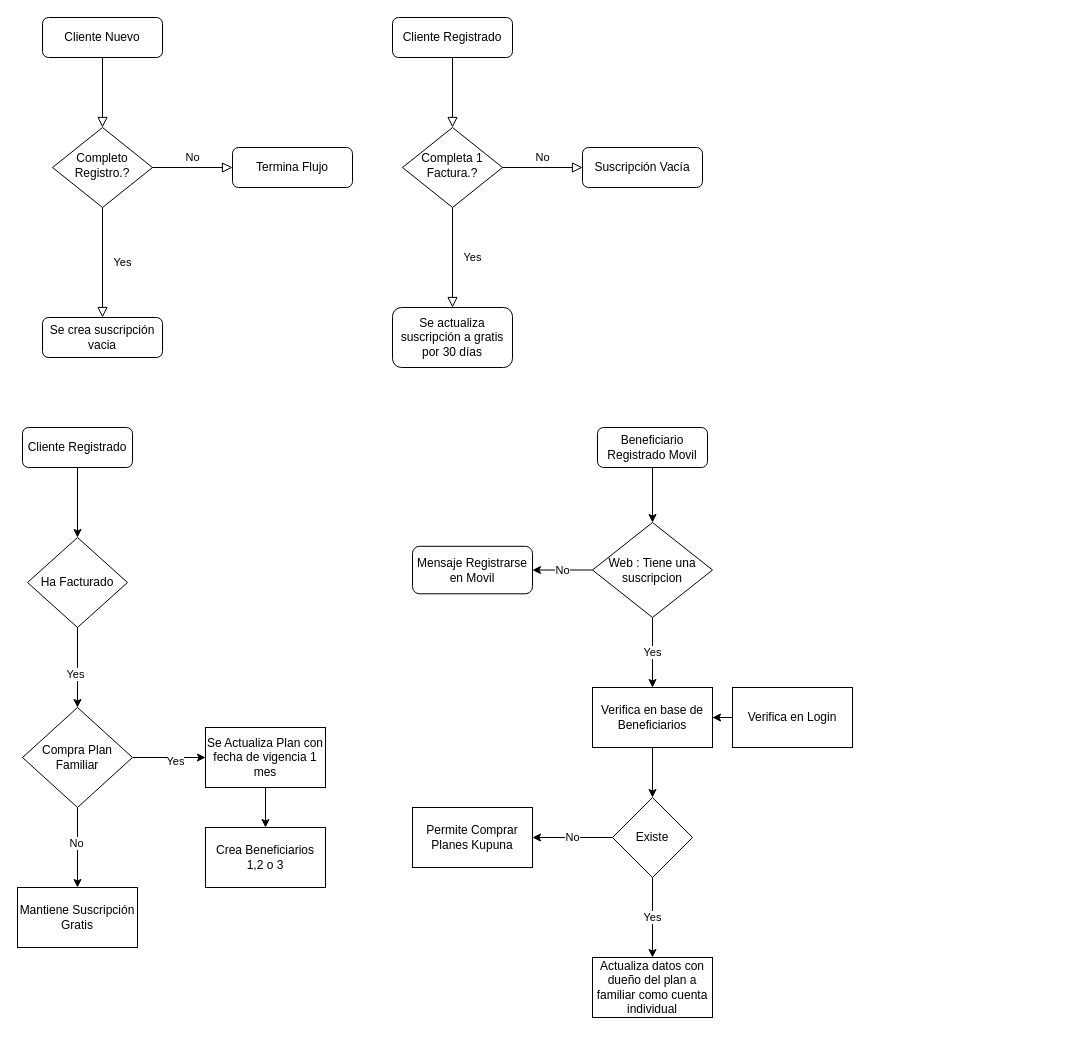
Above: Diagrama sin título.drawio in Nkarsia/Kupuna (draw.io), before the change. Source tidied: cells renumbered, new cells numbered last; positions are measured from the earlier drawing's top-left corner, leaving out a move shared by most shapes. Both pictures are drawn from the tidied source at 100%, with x=0, y=0 at pixel (17, 17).
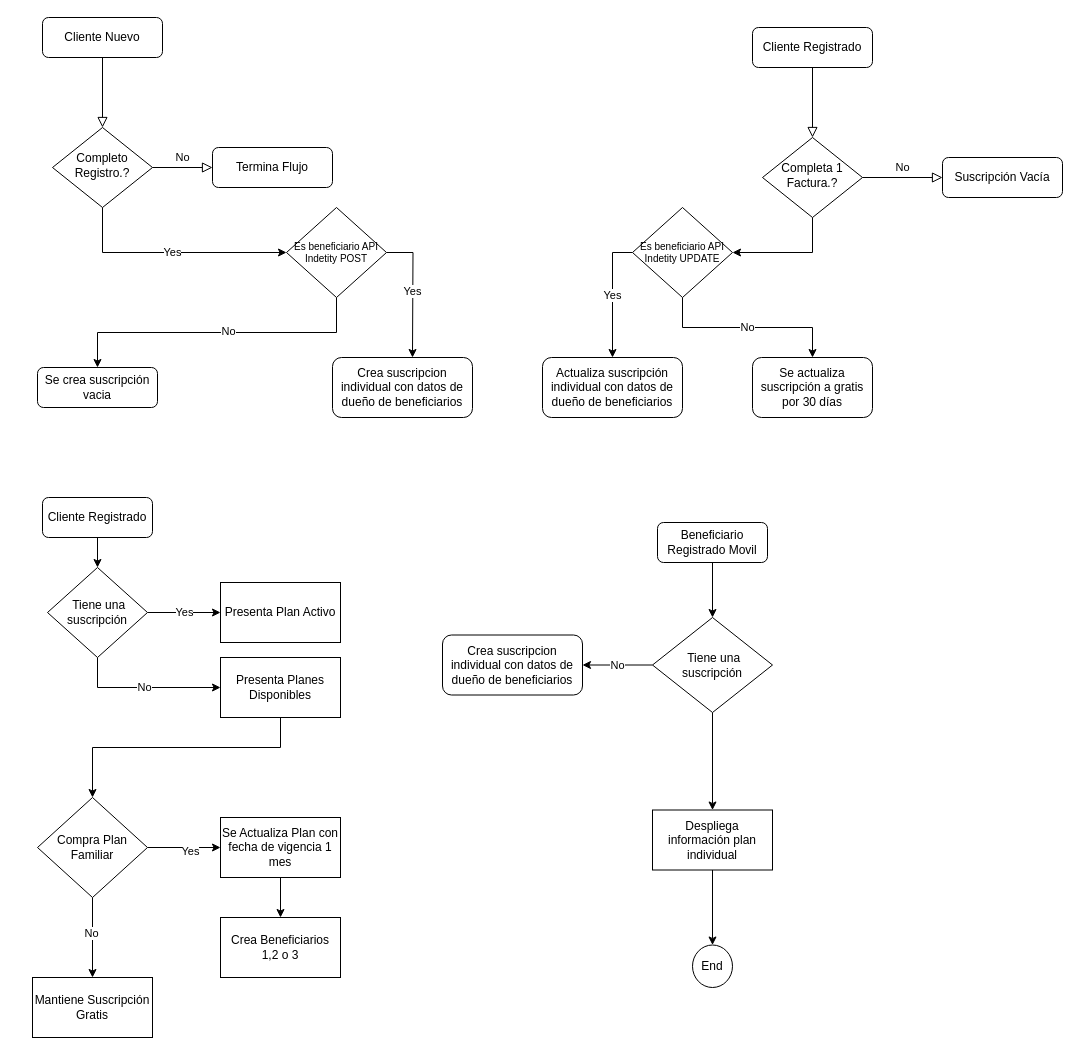
Above is the later version.

Unchanged cells that the change refers to:
```xml
<mxCell id="6" value="Completo Registro.?" style="rhombus;whiteSpace=wrap;html=1;shadow=0;fontFamily=Helvetica;fontSize=12;align=center;strokeWidth=1;spacing=6;spacingTop=-4;" parent="1" vertex="1">
  <mxGeometry x="35" y="110" width="100" height="80" as="geometry" />
</mxCell>
```

The edit, as a diff of the source:
```diff
@@
-    <mxCell id="4" value="Yes" style="rounded=0;html=1;jettySize=auto;fontSize=11;endArrow=block;endFill=0;endSize=8;strokeWidth=1;shadow=0;labelBackgroundColor=none;edgeStyle=orthogonalEdgeStyle;entryX=0.5;entryY=0;entryDx=0;entryDy=0;" parent="1" edge="1" source="6" target="8">
-      <mxGeometry y="20" relative="1" as="geometry" />
-    </mxCell>
@@
+    <mxCell id="45" value="Yes" style="edgeStyle=orthogonalEdgeStyle;rounded=0;jettySize=auto;html=1;entryX=0;entryY=0.5;entryDx=0;entryDy=0;exitX=0.5;exitY=1;exitDx=0;exitDy=0;" parent="1" edge="1" source="6" target="53">
+      <mxGeometry relative="1" as="geometry" />
+    </mxCell>
@@
     <mxCell id="7" value="Termina Flujo" style="rounded=1;whiteSpace=wrap;html=1;fontSize=12;glass=0;strokeWidth=1;shadow=0;" parent="1" vertex="1">
-      <mxGeometry x="215" y="130" width="120" height="40" as="geometry" />
+      <mxGeometry x="195" y="130" width="120" height="40" as="geometry" />
     </mxCell>
     <mxCell id="8" value="Se crea suscripción vacia" style="rounded=1;whiteSpace=wrap;html=1;fontSize=12;glass=0;strokeWidth=1;shadow=0;" parent="1" vertex="1">
-      <mxGeometry x="25" y="300" width="120" height="40" as="geometry" />
+      <mxGeometry x="20" y="350" width="120" height="40" as="geometry" />
     </mxCell>
@@
     <mxCell id="10" value="Cliente Registrado" style="rounded=1;whiteSpace=wrap;html=1;fontSize=12;glass=0;strokeWidth=1;shadow=0;" parent="1" vertex="1">
-      <mxGeometry x="375" width="120" height="40" as="geometry" />
+      <mxGeometry x="735" y="10" width="120" height="40" as="geometry" />
     </mxCell>
-    <mxCell id="11" value="Yes" style="rounded=0;html=1;jettySize=auto;fontSize=11;endArrow=block;endFill=0;endSize=8;strokeWidth=1;shadow=0;labelBackgroundColor=none;edgeStyle=orthogonalEdgeStyle;entryX=0.5;entryY=0;entryDx=0;entryDy=0;" parent="1" edge="1" source="13" target="15">
-      <mxGeometry y="20" relative="1" as="geometry" />
-    </mxCell>
@@
+    <mxCell id="46" style="edgeStyle=orthogonalEdgeStyle;rounded=0;jettySize=auto;html=1;exitX=0.5;exitY=1;exitDx=0;exitDy=0;" parent="1" edge="1" source="13" target="56">
+      <mxGeometry relative="1" as="geometry" />
+    </mxCell>
     <mxCell id="13" value="Completa 1 Factura.?" style="rhombus;whiteSpace=wrap;html=1;shadow=0;fontFamily=Helvetica;fontSize=12;align=center;strokeWidth=1;spacing=6;spacingTop=-4;" parent="1" vertex="1">
-      <mxGeometry x="385" y="110" width="100" height="80" as="geometry" />
+      <mxGeometry x="745" y="120" width="100" height="80" as="geometry" />
     </mxCell>
     <mxCell id="14" value="Suscripción Vacía" style="rounded=1;whiteSpace=wrap;html=1;fontSize=12;glass=0;strokeWidth=1;shadow=0;" parent="1" vertex="1">
-      <mxGeometry x="565" y="130" width="120" height="40" as="geometry" />
+      <mxGeometry x="925" y="140" width="120" height="40" as="geometry" />
     </mxCell>
     <mxCell id="15" value="Se actualiza suscripción a gratis por 30 días" style="rounded=1;whiteSpace=wrap;html=1;fontSize=12;glass=0;strokeWidth=1;shadow=0;" parent="1" vertex="1">
-      <mxGeometry x="375" y="290" width="120" height="60" as="geometry" />
+      <mxGeometry x="735" y="340" width="120" height="60" as="geometry" />
     </mxCell>
@@
     <mxCell id="17" value="Cliente Registrado" style="rounded=1;whiteSpace=wrap;html=1;fontSize=12;glass=0;strokeWidth=1;shadow=0;" parent="1" vertex="1">
-      <mxGeometry x="5" y="410" width="110" height="40" as="geometry" />
+      <mxGeometry x="25" y="480" width="110" height="40" as="geometry" />
     </mxCell>
@@
     <mxCell id="21" value="Compra Plan Familiar" style="rhombus;whiteSpace=wrap;html=1;" parent="1" vertex="1">
-      <mxGeometry x="5" y="690" width="110" height="100" as="geometry" />
+      <mxGeometry x="20" y="780" width="110" height="100" as="geometry" />
     </mxCell>
@@
     <mxCell id="23" value="Se Actualiza Plan con fecha de vigencia 1 mes" style="whiteSpace=wrap;html=1;" parent="1" vertex="1">
-      <mxGeometry x="188" y="710" width="120" height="60" as="geometry" />
+      <mxGeometry x="203" y="800" width="120" height="60" as="geometry" />
     </mxCell>
     <mxCell id="24" value="Mantiene Suscripción Gratis" style="whiteSpace=wrap;html=1;" parent="1" vertex="1">
-      <mxGeometry y="870" width="120" height="60" as="geometry" />
+      <mxGeometry x="15" y="960" width="120" height="60" as="geometry" />
     </mxCell>
+    <mxCell id="47" value="No" style="edgeStyle=orthogonalEdgeStyle;rounded=0;jettySize=auto;html=1;exitX=0.5;exitY=1;exitDx=0;exitDy=0;" parent="1" edge="1" source="25" target="63">
+      <mxGeometry relative="1" as="geometry" />
+    </mxCell>
+    <mxCell id="48" value="Yes" style="edgeStyle=orthogonalEdgeStyle;rounded=0;jettySize=auto;html=1;" parent="1" edge="1" source="25" target="64">
+      <mxGeometry relative="1" as="geometry" />
+    </mxCell>
-    <mxCell id="25" value="Ha Facturado" style="rhombus;whiteSpace=wrap;html=1;" parent="1" vertex="1">
-      <mxGeometry x="10" y="520" width="100" height="90" as="geometry" />
+    <mxCell id="25" value="&amp;nbsp;Tiene una suscripción" style="rhombus;whiteSpace=wrap;html=1;" parent="1" vertex="1">
+      <mxGeometry x="30" y="550" width="100" height="90" as="geometry" />
     </mxCell>
-    <mxCell id="26" style="edgeStyle=orthogonalEdgeStyle;rounded=0;jettySize=auto;html=1;exitX=0.5;exitY=1;exitDx=0;exitDy=0;entryX=0.5;entryY=0;entryDx=0;entryDy=0;" parent="1" edge="1" source="25" target="21">
+    <mxCell id="26" style="edgeStyle=orthogonalEdgeStyle;rounded=0;jettySize=auto;html=1;exitX=0.5;exitY=1;exitDx=0;exitDy=0;entryX=0.5;entryY=0;entryDx=0;entryDy=0;" parent="1" edge="1" source="63" target="21">
       <mxGeometry relative="1" as="geometry">
         <Array as="points">
-          <mxPoint x="60" y="650" />
-          <mxPoint x="60" y="650" />
+          <mxPoint x="263" y="730" />
+          <mxPoint x="75" y="730" />
         </Array>
       </mxGeometry>
     </mxCell>
-    <mxCell id="27" value="Yes" style="edgeLabel;html=1;align=center;verticalAlign=middle;" parent="26" vertex="1">
-      <mxGeometry x="0.15" y="-3" relative="1" as="geometry" />
-    </mxCell>
     <mxCell id="28" value="No" style="edgeLabel;html=1;align=center;verticalAlign=middle;" parent="1" vertex="1">
-      <mxGeometry x="188" y="753" as="geometry">
+      <mxGeometry x="203" y="843" as="geometry">
         <mxPoint x="-130" y="72" as="offset" />
       </mxGeometry>
     </mxCell>
     <mxCell id="29" value="Crea Beneficiarios 1,2 o 3" style="whiteSpace=wrap;html=1;" parent="1" vertex="1">
-      <mxGeometry x="188" y="810" width="120" height="60" as="geometry" />
+      <mxGeometry x="203" y="900" width="120" height="60" as="geometry" />
     </mxCell>
@@
     <mxCell id="31" value="Beneficiario Registrado Movil" style="rounded=1;whiteSpace=wrap;html=1;fontSize=12;glass=0;strokeWidth=1;shadow=0;" parent="1" vertex="1">
-      <mxGeometry x="580" y="410" width="110" height="40" as="geometry" />
+      <mxGeometry x="640" y="505" width="110" height="40" as="geometry" />
     </mxCell>
-    <mxCell id="32" value="No" style="edgeStyle=orthogonalEdgeStyle;rounded=0;jettySize=auto;html=1;entryX=1;entryY=0.5;entryDx=0;entryDy=0;" parent="1" edge="1" source="34" target="35">
+    <mxCell id="32" value="No" style="edgeStyle=orthogonalEdgeStyle;rounded=0;jettySize=auto;html=1;entryX=1;entryY=0.5;entryDx=0;entryDy=0;" parent="1" edge="1" source="34" target="59">
       <mxGeometry relative="1" as="geometry" />
     </mxCell>
-    <mxCell id="33" value="Yes" style="edgeStyle=orthogonalEdgeStyle;rounded=0;jettySize=auto;html=1;" parent="1" edge="1" source="34" target="37">
-      <mxGeometry relative="1" as="geometry" />
-    </mxCell>
+    <mxCell id="49" style="edgeStyle=orthogonalEdgeStyle;rounded=0;jettySize=auto;html=1;" parent="1" edge="1" source="34" target="61">
+      <mxGeometry relative="1" as="geometry" />
+    </mxCell>
-    <mxCell id="34" value="Web : Tiene una suscripcion" style="rhombus;whiteSpace=wrap;html=1;" parent="1" vertex="1">
-      <mxGeometry x="575" y="505" width="120" height="95" as="geometry" />
+    <mxCell id="34" value="&amp;nbsp;Tiene una suscripción" style="rhombus;whiteSpace=wrap;html=1;" parent="1" vertex="1">
+      <mxGeometry x="635" y="600" width="120" height="95" as="geometry" />
     </mxCell>
-    <mxCell id="35" value="Mensaje Registrarse en Movil" style="rounded=1;whiteSpace=wrap;html=1;fontSize=12;glass=0;strokeWidth=1;shadow=0;" parent="1" vertex="1">
-      <mxGeometry x="395" y="528.8" width="120" height="47.5" as="geometry" />
-    </mxCell>
-    <mxCell id="36" style="edgeStyle=orthogonalEdgeStyle;rounded=0;jettySize=auto;html=1;" parent="1" edge="1" source="37" target="40">
-      <mxGeometry relative="1" as="geometry" />
-    </mxCell>
-    <mxCell id="37" value="Verifica en base de Beneficiarios" style="whiteSpace=wrap;html=1;" parent="1" vertex="1">
-      <mxGeometry x="575" y="670" width="120" height="60" as="geometry" />
-    </mxCell>
-    <mxCell id="38" value="No" style="edgeStyle=orthogonalEdgeStyle;rounded=0;jettySize=auto;html=1;" parent="1" edge="1" source="40" target="41">
-      <mxGeometry relative="1" as="geometry" />
-    </mxCell>
-    <mxCell id="39" value="Yes" style="edgeStyle=orthogonalEdgeStyle;rounded=0;jettySize=auto;html=1;" parent="1" edge="1" source="40" target="42">
-      <mxGeometry relative="1" as="geometry" />
-    </mxCell>
-    <mxCell id="40" value="Existe" style="rhombus;whiteSpace=wrap;html=1;" parent="1" vertex="1">
-      <mxGeometry x="595" y="780" width="80" height="80" as="geometry" />
-    </mxCell>
-    <mxCell id="41" value="Permite Comprar Planes Kupuna" style="whiteSpace=wrap;html=1;" parent="1" vertex="1">
-      <mxGeometry x="395" y="790" width="120" height="60" as="geometry" />
-    </mxCell>
-    <mxCell id="42" value="Actualiza datos con dueño del plan a familiar como cuenta individual" style="whiteSpace=wrap;html=1;" parent="1" vertex="1">
-      <mxGeometry x="575" y="940" width="120" height="60" as="geometry" />
-    </mxCell>
-    <mxCell id="43" style="edgeStyle=orthogonalEdgeStyle;rounded=0;jettySize=auto;html=1;" parent="1" edge="1" source="44" target="37">
-      <mxGeometry relative="1" as="geometry" />
-    </mxCell>
-    <mxCell id="44" value="Verifica en Login" style="whiteSpace=wrap;html=1;" parent="1" vertex="1">
-      <mxGeometry x="715" y="670" width="120" height="60" as="geometry" />
-    </mxCell>
+    <mxCell id="50" style="edgeStyle=orthogonalEdgeStyle;rounded=0;jettySize=auto;html=1;exitX=0.5;exitY=1;exitDx=0;exitDy=0;" parent="1" edge="1" source="53" target="8">
+      <mxGeometry relative="1" as="geometry" />
+    </mxCell>
+    <mxCell id="51" value="No" style="edgeLabel;html=1;align=center;verticalAlign=middle;" parent="50" vertex="1">
+      <mxGeometry x="-0.07" y="-2" relative="1" as="geometry" />
+    </mxCell>
+    <mxCell id="52" value="Yes" style="edgeStyle=orthogonalEdgeStyle;rounded=0;jettySize=auto;html=1;exitX=1;exitY=0.5;exitDx=0;exitDy=0;" parent="1" edge="1" source="53">
+      <mxGeometry relative="1" as="geometry">
+        <mxPoint x="395" y="340" as="targetPoint" />
+      </mxGeometry>
+    </mxCell>
+    <mxCell id="53" value="Es beneficiario API Indetity POST" style="rhombus;whiteSpace=wrap;html=1;fontSize=10;" parent="1" vertex="1">
+      <mxGeometry x="269" y="190" width="100" height="90" as="geometry" />
+    </mxCell>
+    <mxCell id="54" value="No" style="edgeStyle=orthogonalEdgeStyle;rounded=0;jettySize=auto;html=1;entryX=0.5;entryY=0;entryDx=0;entryDy=0;exitX=0.5;exitY=1;exitDx=0;exitDy=0;" parent="1" edge="1" source="56" target="15">
+      <mxGeometry relative="1" as="geometry" />
+    </mxCell>
+    <mxCell id="55" value="Yes" style="edgeStyle=orthogonalEdgeStyle;rounded=0;jettySize=auto;html=1;entryX=0.5;entryY=0;entryDx=0;entryDy=0;exitX=0;exitY=0.5;exitDx=0;exitDy=0;" parent="1" edge="1" source="56" target="58">
+      <mxGeometry relative="1" as="geometry" />
+    </mxCell>
+    <mxCell id="56" value="Es beneficiario API Indetity UPDATE" style="rhombus;whiteSpace=wrap;html=1;fontSize=10;" parent="1" vertex="1">
+      <mxGeometry x="615" y="190" width="100" height="90" as="geometry" />
+    </mxCell>
+    <mxCell id="57" value="Crea suscripcion individual con datos de dueño de beneficiarios" style="rounded=1;whiteSpace=wrap;html=1;fontSize=12;glass=0;strokeWidth=1;shadow=0;" parent="1" vertex="1">
+      <mxGeometry x="315" y="340" width="140" height="60" as="geometry" />
+    </mxCell>
+    <mxCell id="58" value="Actualiza suscripción individual con datos de dueño de beneficiarios" style="rounded=1;whiteSpace=wrap;html=1;fontSize=12;glass=0;strokeWidth=1;shadow=0;" parent="1" vertex="1">
+      <mxGeometry x="525" y="340" width="140" height="60" as="geometry" />
+    </mxCell>
+    <mxCell id="59" value="Crea suscripcion individual con datos de dueño de beneficiarios" style="rounded=1;whiteSpace=wrap;html=1;fontSize=12;glass=0;strokeWidth=1;shadow=0;" parent="1" vertex="1">
+      <mxGeometry x="425" y="617.5" width="140" height="60" as="geometry" />
+    </mxCell>
+    <mxCell id="60" style="edgeStyle=orthogonalEdgeStyle;rounded=0;jettySize=auto;html=1;" parent="1" edge="1" source="61" target="62">
+      <mxGeometry relative="1" as="geometry" />
+    </mxCell>
+    <mxCell id="61" value="Despliega información plan individual" style="whiteSpace=wrap;html=1;" parent="1" vertex="1">
+      <mxGeometry x="635" y="792.5" width="120" height="60" as="geometry" />
+    </mxCell>
+    <mxCell id="62" value="End" style="ellipse;whiteSpace=wrap;html=1;" parent="1" vertex="1">
+      <mxGeometry x="675" y="927.5" width="40" height="42.5" as="geometry" />
+    </mxCell>
+    <mxCell id="63" value="Presenta Planes Disponibles" style="whiteSpace=wrap;html=1;" parent="1" vertex="1">
+      <mxGeometry x="203" y="640" width="120" height="60" as="geometry" />
+    </mxCell>
+    <mxCell id="64" value="Presenta Plan Activo" style="whiteSpace=wrap;html=1;" parent="1" vertex="1">
+      <mxGeometry x="203" y="565" width="120" height="60" as="geometry" />
+    </mxCell>
```
